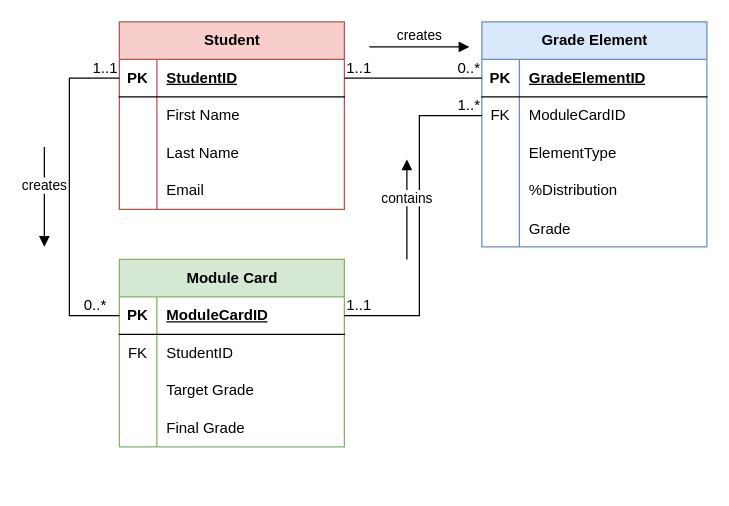
The draw.io diagram StudentTracker.drawio.xml in ST10477835/Student-Grade-Tracker, before the edit. Source tidied: cells renumbered, new cells numbered last; positions are measured from the earlier drawing's top-left corner, leaving out a move shared by most shapes. Both pictures are drawn from the tidied source at 125%, with x=0, y=0 at pixel (44, 21).
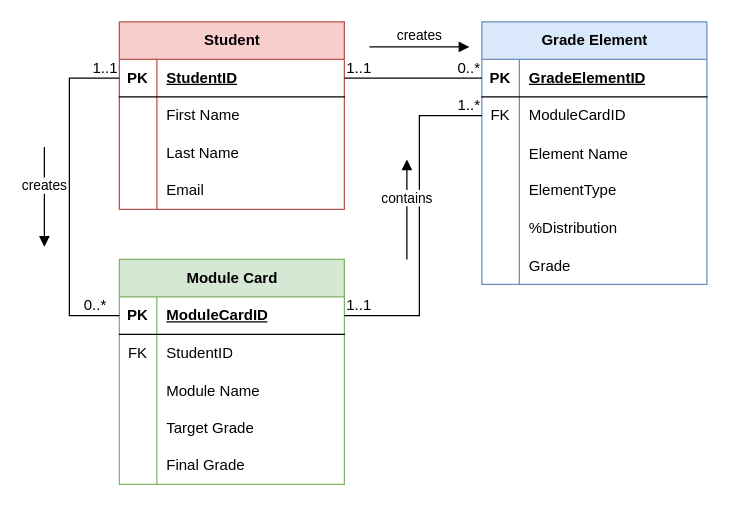
Above is the later version.

Commit message (it also covers changes not shown here):
Base models and controllers were created. Students class attributes and controller logic added as well as student index page.

The edit, as a diff of the source:
```diff
@@
     <mxCell id="15" value="Grade Element" style="shape=table;startSize=30;childLayout=tableLayout;rowLines=0;fontStyle=1;align=center;html=1;fillColor=#dae8fc;strokeColor=#6c8ebf;" parent="1" vertex="1">
-      <mxGeometry x="350" width="180" height="180" as="geometry" />
+      <mxGeometry x="350" width="180" height="210" as="geometry" />
     </mxCell>
@@
+    <mxCell id="56" style="shape=tableRow;horizontal=0;startSize=0;swimlaneHead=0;swimlaneBody=0;fillColor=none;top=0;left=0;right=0;bottom=0;" parent="15" vertex="1">
+      <mxGeometry y="90" width="180" height="30" as="geometry" />
+    </mxCell>
+    <mxCell id="57" style="shape=partialRectangle;fillColor=none;top=0;left=0;bottom=0;right=0;overflow=hidden;" parent="56" vertex="1">
+      <mxGeometry width="30" height="30" as="geometry" />
+    </mxCell>
+    <mxCell id="58" value="Element Name" style="shape=partialRectangle;fillColor=none;top=0;left=0;bottom=0;right=0;align=left;spacingLeft=6;overflow=hidden;" parent="56" vertex="1">
+      <mxGeometry x="30" width="150" height="30" as="geometry" />
+    </mxCell>
     <mxCell id="22" style="shape=tableRow;horizontal=0;startSize=0;swimlaneHead=0;swimlaneBody=0;fillColor=none;top=0;left=0;right=0;bottom=0;" parent="15" vertex="1">
-      <mxGeometry y="90" width="180" height="30" as="geometry" />
+      <mxGeometry y="120" width="180" height="30" as="geometry" />
     </mxCell>
@@
     <mxCell id="25" style="shape=tableRow;horizontal=0;startSize=0;swimlaneHead=0;swimlaneBody=0;fillColor=none;top=0;left=0;right=0;bottom=0;" parent="15" vertex="1">
-      <mxGeometry y="120" width="180" height="30" as="geometry" />
+      <mxGeometry y="150" width="180" height="30" as="geometry" />
     </mxCell>
@@
     <mxCell id="28" style="shape=tableRow;horizontal=0;startSize=0;swimlaneHead=0;swimlaneBody=0;fillColor=none;top=0;left=0;right=0;bottom=0;" parent="15" vertex="1">
-      <mxGeometry y="150" width="180" height="30" as="geometry" />
+      <mxGeometry y="180" width="180" height="30" as="geometry" />
     </mxCell>
@@
     <mxCell id="31" value="Module Card" style="shape=table;startSize=30;childLayout=tableLayout;rowLines=0;fontStyle=1;align=center;html=1;fillColor=#d5e8d4;strokeColor=#82b366;" parent="1" vertex="1">
-      <mxGeometry x="60" y="190" width="180" height="150" as="geometry" />
+      <mxGeometry x="60" y="190" width="180" height="180" as="geometry" />
     </mxCell>
@@
+    <mxCell id="59" style="shape=tableRow;horizontal=0;startSize=0;swimlaneHead=0;swimlaneBody=0;fillColor=none;top=0;left=0;right=0;bottom=0;" parent="31" vertex="1">
+      <mxGeometry y="90" width="180" height="30" as="geometry" />
+    </mxCell>
+    <mxCell id="60" style="shape=partialRectangle;fillColor=none;top=0;left=0;bottom=0;right=0;overflow=hidden;" parent="59" vertex="1">
+      <mxGeometry width="30" height="30" as="geometry" />
+    </mxCell>
+    <mxCell id="61" value="Module Name" style="shape=partialRectangle;fillColor=none;top=0;left=0;bottom=0;right=0;align=left;spacingLeft=6;overflow=hidden;" parent="59" vertex="1">
+      <mxGeometry x="30" width="150" height="30" as="geometry" />
+    </mxCell>
     <mxCell id="38" style="shape=tableRow;horizontal=0;startSize=0;swimlaneHead=0;swimlaneBody=0;fillColor=none;top=0;left=0;right=0;bottom=0;" parent="31" vertex="1">
-      <mxGeometry y="90" width="180" height="30" as="geometry" />
+      <mxGeometry y="120" width="180" height="30" as="geometry" />
     </mxCell>
@@
     <mxCell id="41" style="shape=tableRow;horizontal=0;startSize=0;swimlaneHead=0;swimlaneBody=0;fillColor=none;top=0;left=0;right=0;bottom=0;" parent="31" vertex="1">
-      <mxGeometry y="120" width="180" height="30" as="geometry" />
+      <mxGeometry y="150" width="180" height="30" as="geometry" />
     </mxCell>
```
